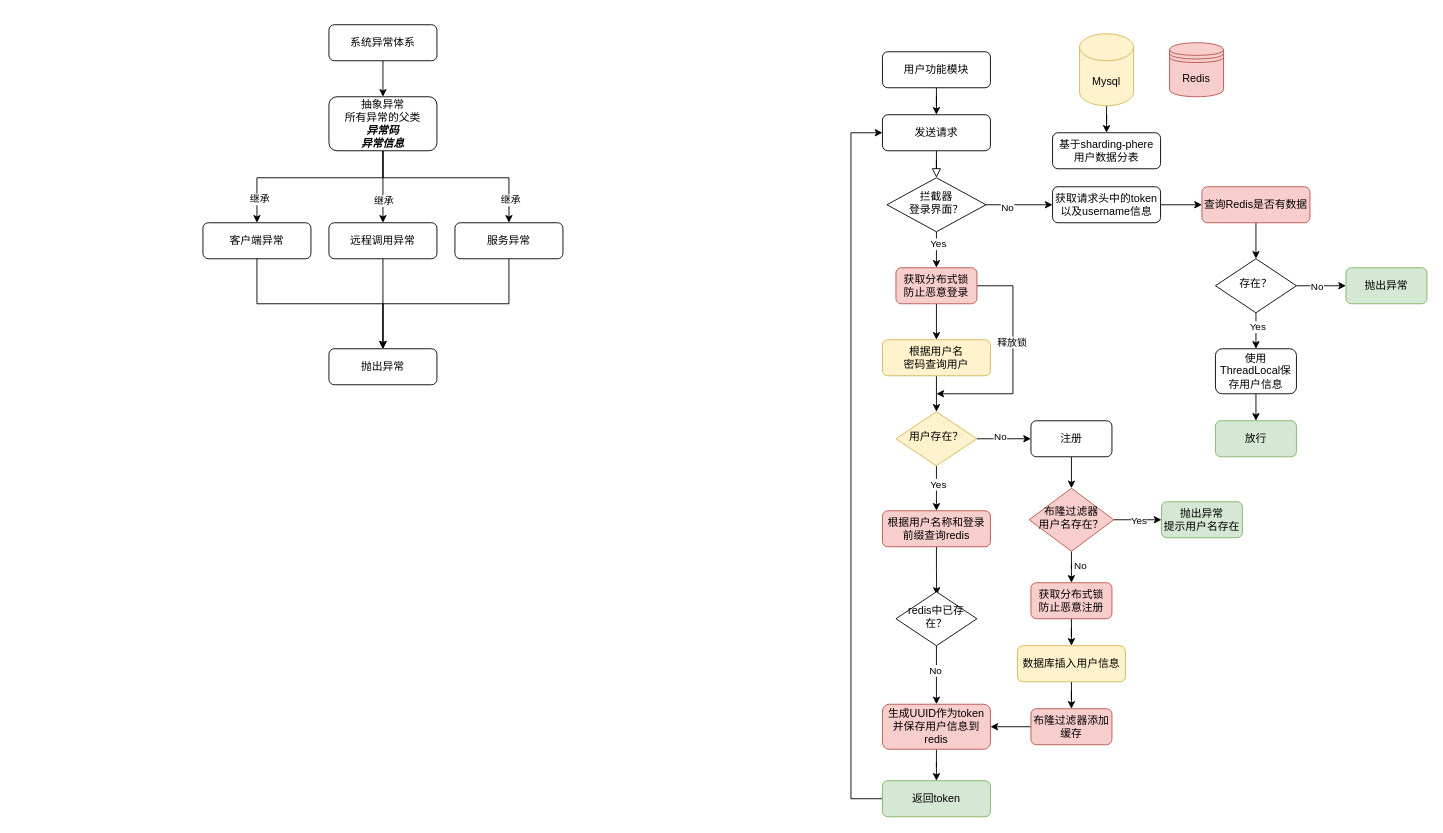
Before: 短链接系统.drawio in Pandaxia8/Test, a draw.io diagram. Source tidied: cells renumbered, new cells numbered last; positions are measured from the earlier drawing's top-left corner, leaving out a move shared by most shapes. Both pictures are drawn from the tidied source at 90%, with x=0, y=0 at pixel (202, 24).
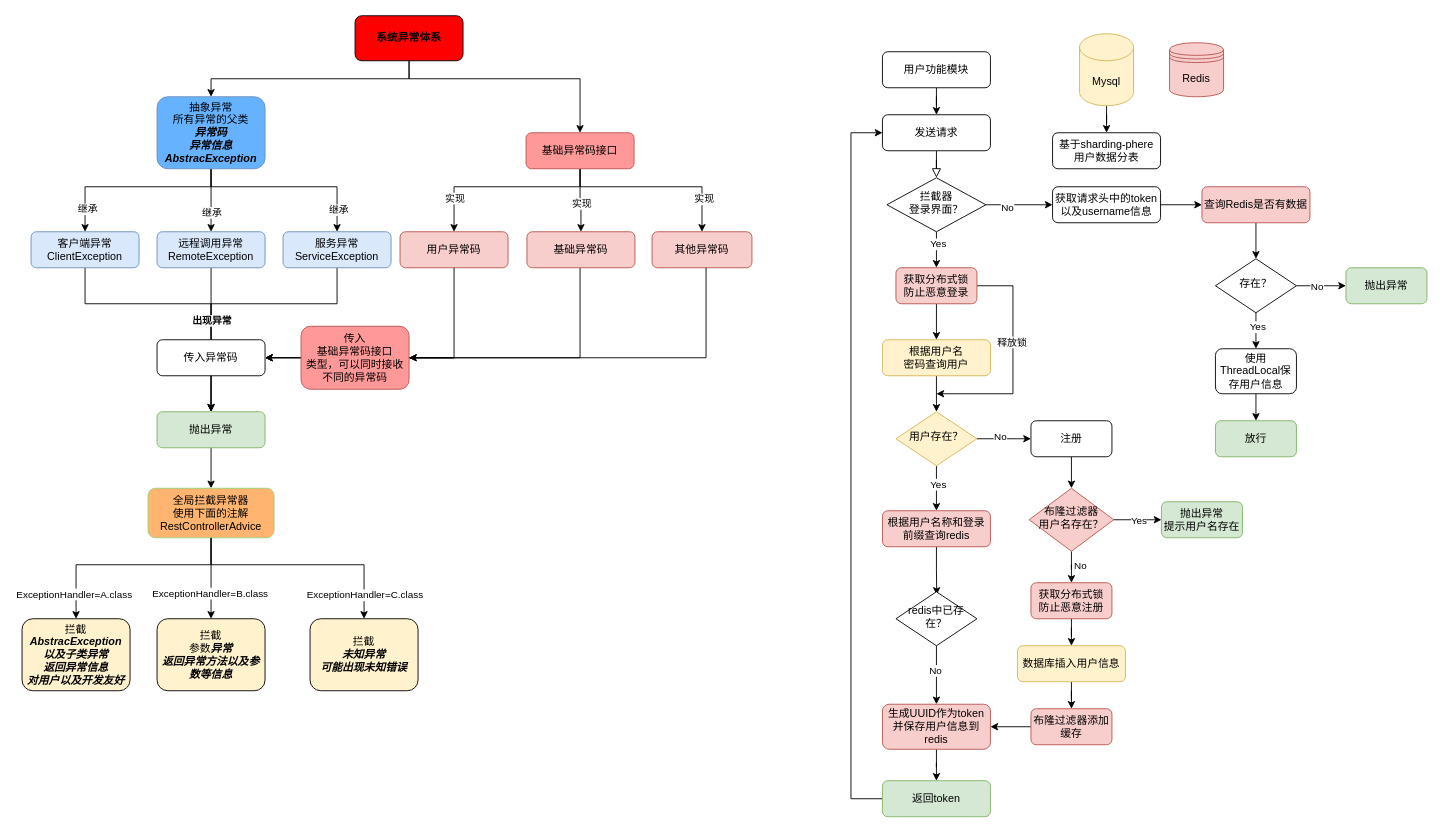
The same diagram, later.

Commit message (it also covers changes not shown here):
更新短链接系统.drawio

The edit, as a diff of the source:
```diff
@@
     <mxCell id="62" style="edgeStyle=orthogonalEdgeStyle;rounded=0;jettySize=auto;html=1;entryX=0.5;entryY=0;entryDx=0;entryDy=0;" parent="1" edge="1" source="68" target="70">
       <mxGeometry relative="1" as="geometry">
         <Array as="points">
-          <mxPoint x="200" y="170" />
-          <mxPoint x="60" y="170" />
+          <mxPoint x="9" y="180" />
+          <mxPoint x="-131" y="180" />
         </Array>
       </mxGeometry>
     </mxCell>
@@
     <mxCell id="64" style="edgeStyle=orthogonalEdgeStyle;rounded=0;jettySize=auto;html=1;entryX=0.5;entryY=0;entryDx=0;entryDy=0;" parent="1" edge="1" source="68" target="72">
       <mxGeometry relative="1" as="geometry">
         <Array as="points">
-          <mxPoint x="200" y="210" />
+          <mxPoint x="9" y="220" />
         </Array>
       </mxGeometry>
     </mxCell>
@@
     <mxCell id="66" style="edgeStyle=orthogonalEdgeStyle;rounded=0;jettySize=auto;html=1;entryX=0.5;entryY=0;entryDx=0;entryDy=0;" parent="1" edge="1" source="68" target="74">
       <mxGeometry relative="1" as="geometry">
         <Array as="points">
-          <mxPoint x="200" y="170" />
-          <mxPoint x="340" y="170" />
+          <mxPoint x="9" y="180" />
+          <mxPoint x="149" y="180" />
         </Array>
       </mxGeometry>
     </mxCell>
@@
-    <mxCell id="68" value="抽象异常&lt;br&gt;所有异常的父类&lt;br&gt;&lt;b&gt;&lt;i&gt;异常码&lt;br&gt;异常信息&lt;/i&gt;&lt;/b&gt;" style="rounded=1;whiteSpace=wrap;html=1;fontSize=12;glass=0;strokeWidth=1;shadow=0;" parent="1" vertex="1">
-      <mxGeometry x="140" y="80" width="120" height="60" as="geometry" />
+    <mxCell id="68" value="抽象异常&lt;br&gt;所有异常的父类&lt;br&gt;&lt;b&gt;&lt;i&gt;异常码&lt;br&gt;异常信息&lt;br&gt;AbstracException&lt;br&gt;&lt;/i&gt;&lt;/b&gt;" style="rounded=1;whiteSpace=wrap;html=1;fontSize=12;glass=0;strokeWidth=1;shadow=0;fillColor=#66B2FF;strokeColor=#6c8ebf;" parent="1" vertex="1">
+      <mxGeometry x="-51" y="80" width="120" height="80" as="geometry" />
     </mxCell>
-    <mxCell id="69" style="edgeStyle=orthogonalEdgeStyle;rounded=0;jettySize=auto;html=1;entryX=0.5;entryY=0;entryDx=0;entryDy=0;" parent="1" edge="1" target="77">
-      <mxGeometry relative="1" as="geometry">
-        <mxPoint x="60" y="250" as="sourcePoint" />
-        <Array as="points">
-          <mxPoint x="60" y="310" />
-          <mxPoint x="200" y="310" />
-        </Array>
-      </mxGeometry>
-    </mxCell>
+    <mxCell id="78" style="edgeStyle=orthogonalEdgeStyle;rounded=0;jettySize=auto;html=1;entryX=0.5;entryY=0;entryDx=0;entryDy=0;" parent="1" edge="1" source="70" target="96">
+      <mxGeometry relative="1" as="geometry">
+        <Array as="points">
+          <mxPoint x="-131" y="310" />
+          <mxPoint x="9" y="310" />
+        </Array>
+      </mxGeometry>
+    </mxCell>
-    <mxCell id="70" value="客户端异常" style="rounded=1;whiteSpace=wrap;html=1;fontSize=12;glass=0;strokeWidth=1;shadow=0;" parent="1" vertex="1">
-      <mxGeometry y="220" width="120" height="40" as="geometry" />
+    <mxCell id="70" value="客户端异常&lt;br&gt;ClientException" style="rounded=1;whiteSpace=wrap;html=1;fontSize=12;glass=0;strokeWidth=1;shadow=0;fillColor=#dae8fc;strokeColor=#6c8ebf;" parent="1" vertex="1">
+      <mxGeometry x="-191" y="230" width="120" height="40" as="geometry" />
     </mxCell>
-    <mxCell id="71" style="edgeStyle=orthogonalEdgeStyle;rounded=0;jettySize=auto;html=1;" parent="1" edge="1" source="72" target="77">
-      <mxGeometry relative="1" as="geometry" />
-    </mxCell>
+    <mxCell id="79" style="edgeStyle=orthogonalEdgeStyle;rounded=0;jettySize=auto;html=1;entryX=0.5;entryY=0;entryDx=0;entryDy=0;" parent="1" edge="1" source="72" target="96">
+      <mxGeometry relative="1" as="geometry" />
+    </mxCell>
-    <mxCell id="72" value="远程调用异常" style="rounded=1;whiteSpace=wrap;html=1;fontSize=12;glass=0;strokeWidth=1;shadow=0;" parent="1" vertex="1">
-      <mxGeometry x="140" y="220" width="120" height="40" as="geometry" />
+    <mxCell id="72" value="远程调用异常&lt;br&gt;RemoteException" style="rounded=1;whiteSpace=wrap;html=1;fontSize=12;glass=0;strokeWidth=1;shadow=0;fillColor=#dae8fc;strokeColor=#6c8ebf;" parent="1" vertex="1">
+      <mxGeometry x="-51" y="230" width="120" height="40" as="geometry" />
     </mxCell>
-    <mxCell id="73" style="edgeStyle=orthogonalEdgeStyle;rounded=0;jettySize=auto;html=1;entryX=0.5;entryY=0;entryDx=0;entryDy=0;" parent="1" edge="1" source="74" target="77">
-      <mxGeometry relative="1" as="geometry">
-        <Array as="points">
-          <mxPoint x="340" y="310" />
-          <mxPoint x="200" y="310" />
-        </Array>
-      </mxGeometry>
-    </mxCell>
+    <mxCell id="80" style="edgeStyle=orthogonalEdgeStyle;rounded=0;jettySize=auto;html=1;entryX=0.5;entryY=0;entryDx=0;entryDy=0;" parent="1" edge="1" source="74" target="96">
+      <mxGeometry relative="1" as="geometry">
+        <Array as="points">
+          <mxPoint x="149" y="310" />
+          <mxPoint x="9" y="310" />
+        </Array>
+      </mxGeometry>
+    </mxCell>
+    <mxCell id="81" value="出现异常" style="edgeLabel;html=1;align=center;verticalAlign=middle;fontStyle=1;" parent="80" vertex="1">
+      <mxGeometry x="0.32" relative="1" as="geometry" />
+    </mxCell>
-    <mxCell id="74" value="服务异常" style="rounded=1;whiteSpace=wrap;html=1;fontSize=12;glass=0;strokeWidth=1;shadow=0;" parent="1" vertex="1">
-      <mxGeometry x="280" y="220" width="120" height="40" as="geometry" />
+    <mxCell id="74" value="服务异常&lt;br&gt;ServiceException" style="rounded=1;whiteSpace=wrap;html=1;fontSize=12;glass=0;strokeWidth=1;shadow=0;fillColor=#dae8fc;strokeColor=#6c8ebf;" parent="1" vertex="1">
+      <mxGeometry x="89" y="230" width="120" height="40" as="geometry" />
     </mxCell>
     <mxCell id="75" style="edgeStyle=orthogonalEdgeStyle;rounded=0;jettySize=auto;html=1;" parent="1" edge="1" source="76" target="68">
-      <mxGeometry relative="1" as="geometry" />
+      <mxGeometry relative="1" as="geometry">
+        <Array as="points">
+          <mxPoint x="229" y="60" />
+          <mxPoint x="9" y="60" />
+        </Array>
+      </mxGeometry>
     </mxCell>
+    <mxCell id="82" style="edgeStyle=orthogonalEdgeStyle;rounded=0;jettySize=auto;html=1;entryX=0.5;entryY=0;entryDx=0;entryDy=0;" parent="1" edge="1" source="76" target="77">
+      <mxGeometry relative="1" as="geometry">
+        <Array as="points">
+          <mxPoint x="229" y="60" />
+          <mxPoint x="419" y="60" />
+        </Array>
+      </mxGeometry>
+    </mxCell>
-    <mxCell id="76" value="系统异常体系" style="rounded=1;whiteSpace=wrap;html=1;fontSize=12;glass=0;strokeWidth=1;shadow=0;" parent="1" vertex="1">
-      <mxGeometry x="140" width="120" height="40" as="geometry" />
+    <mxCell id="76" value="系统异常体系" style="rounded=1;whiteSpace=wrap;html=1;fontSize=12;glass=0;strokeWidth=1;shadow=0;fontStyle=1;fillColor=#FF0000;" parent="1" vertex="1">
+      <mxGeometry x="169" y="-10" width="120" height="50" as="geometry" />
     </mxCell>
+    <mxCell id="83" style="edgeStyle=orthogonalEdgeStyle;rounded=0;jettySize=auto;html=1;" parent="1" edge="1" source="77" target="90">
+      <mxGeometry relative="1" as="geometry" />
+    </mxCell>
+    <mxCell id="84" value="实现" style="edgeLabel;html=1;align=center;verticalAlign=middle;" parent="83" vertex="1">
+      <mxGeometry x="0.09" relative="1" as="geometry" />
+    </mxCell>
+    <mxCell id="85" style="edgeStyle=orthogonalEdgeStyle;rounded=0;jettySize=auto;html=1;entryX=0.5;entryY=0;entryDx=0;entryDy=0;" parent="1" edge="1" source="77" target="92">
+      <mxGeometry relative="1" as="geometry">
+        <Array as="points">
+          <mxPoint x="419" y="180" />
+          <mxPoint x="279" y="180" />
+          <mxPoint x="279" y="200" />
+        </Array>
+      </mxGeometry>
+    </mxCell>
+    <mxCell id="86" value="实现" style="edgeLabel;html=1;align=center;verticalAlign=middle;" parent="85" vertex="1">
+      <mxGeometry x="0.64" relative="1" as="geometry" />
+    </mxCell>
+    <mxCell id="87" style="edgeStyle=orthogonalEdgeStyle;rounded=0;jettySize=auto;html=1;entryX=0.5;entryY=0;entryDx=0;entryDy=0;" parent="1" edge="1" source="77" target="94">
+      <mxGeometry relative="1" as="geometry">
+        <Array as="points">
+          <mxPoint x="419" y="180" />
+          <mxPoint x="555" y="180" />
+          <mxPoint x="555" y="230" />
+        </Array>
+      </mxGeometry>
+    </mxCell>
+    <mxCell id="88" value="实现" style="edgeLabel;html=1;align=center;verticalAlign=middle;" parent="87" vertex="1">
+      <mxGeometry x="0.64" y="2" relative="1" as="geometry" />
+    </mxCell>
-    <mxCell id="77" value="抛出异常" style="rounded=1;whiteSpace=wrap;html=1;fontSize=12;glass=0;strokeWidth=1;shadow=0;" parent="1" vertex="1">
-      <mxGeometry x="140" y="360" width="120" height="40" as="geometry" />
+    <mxCell id="77" value="基础异常码接口" style="rounded=1;whiteSpace=wrap;html=1;fontSize=12;glass=0;strokeWidth=1;shadow=0;fillColor=#FF9999;strokeColor=#b85450;" parent="1" vertex="1">
+      <mxGeometry x="359" y="120" width="120" height="40" as="geometry" />
     </mxCell>
+    <mxCell id="89" style="edgeStyle=orthogonalEdgeStyle;rounded=0;jettySize=auto;html=1;entryX=1;entryY=0.5;entryDx=0;entryDy=0;" parent="1" edge="1" source="90" target="97">
+      <mxGeometry relative="1" as="geometry">
+        <Array as="points">
+          <mxPoint x="419" y="370" />
+        </Array>
+      </mxGeometry>
+    </mxCell>
+    <mxCell id="90" value="基础异常码" style="rounded=1;whiteSpace=wrap;html=1;fontSize=12;glass=0;strokeWidth=1;shadow=0;fillColor=#f8cecc;strokeColor=#b85450;" parent="1" vertex="1">
+      <mxGeometry x="360" y="230" width="120" height="40" as="geometry" />
+    </mxCell>
+    <mxCell id="91" style="edgeStyle=orthogonalEdgeStyle;rounded=0;jettySize=auto;html=1;entryX=1;entryY=0.5;entryDx=0;entryDy=0;" parent="1" edge="1" source="100" target="97">
+      <mxGeometry relative="1" as="geometry">
+        <Array as="points">
+          <mxPoint x="279" y="370" />
+        </Array>
+      </mxGeometry>
+    </mxCell>
+    <mxCell id="92" value="用户异常码" style="rounded=1;whiteSpace=wrap;html=1;fontSize=12;glass=0;strokeWidth=1;shadow=0;fillColor=#f8cecc;strokeColor=#b85450;" parent="1" vertex="1">
+      <mxGeometry x="219" y="230" width="120" height="40" as="geometry" />
+    </mxCell>
+    <mxCell id="93" style="edgeStyle=orthogonalEdgeStyle;rounded=0;jettySize=auto;html=1;entryX=1;entryY=0.5;entryDx=0;entryDy=0;" parent="1" edge="1" source="100" target="97">
+      <mxGeometry relative="1" as="geometry" />
+    </mxCell>
+    <mxCell id="94" value="其他异常码" style="rounded=1;whiteSpace=wrap;html=1;fontSize=12;glass=0;strokeWidth=1;shadow=0;fillColor=#f8cecc;strokeColor=#b85450;" parent="1" vertex="1">
+      <mxGeometry x="499" y="230" width="111" height="40" as="geometry" />
+    </mxCell>
+    <mxCell id="95" style="edgeStyle=orthogonalEdgeStyle;rounded=0;jettySize=auto;html=1;" parent="1" edge="1" source="96" target="105">
+      <mxGeometry relative="1" as="geometry" />
+    </mxCell>
+    <mxCell id="96" value="抛出异常" style="rounded=1;whiteSpace=wrap;html=1;fontSize=12;glass=0;strokeWidth=1;shadow=0;fillColor=#d5e8d4;strokeColor=#82b366;" parent="1" vertex="1">
+      <mxGeometry x="-51" y="430" width="120" height="40" as="geometry" />
+    </mxCell>
+    <mxCell id="97" value="传入异常码" style="rounded=1;whiteSpace=wrap;html=1;fontSize=12;glass=0;strokeWidth=1;shadow=0;" parent="1" vertex="1">
+      <mxGeometry x="-51" y="350" width="120" height="40" as="geometry" />
+    </mxCell>
+    <mxCell id="98" style="edgeStyle=orthogonalEdgeStyle;rounded=0;jettySize=auto;html=1;entryX=1;entryY=0.5;entryDx=0;entryDy=0;" parent="1" edge="1" source="94" target="100">
+      <mxGeometry relative="1" as="geometry">
+        <Array as="points">
+          <mxPoint x="559" y="370" />
+        </Array>
+      </mxGeometry>
+    </mxCell>
+    <mxCell id="99" style="edgeStyle=orthogonalEdgeStyle;rounded=0;jettySize=auto;html=1;entryX=1;entryY=0.5;entryDx=0;entryDy=0;" parent="1" edge="1" source="92" target="100">
+      <mxGeometry relative="1" as="geometry" />
+    </mxCell>
+    <mxCell id="100" value="传入&lt;br&gt;基础异常码接口&lt;br&gt;类型，可以同时接收不同的异常码" style="rounded=1;whiteSpace=wrap;html=1;fontSize=12;glass=0;strokeWidth=1;shadow=0;fillColor=#FF9999;strokeColor=#b85450;" parent="1" vertex="1">
+      <mxGeometry x="109" y="335" width="120" height="70" as="geometry" />
+    </mxCell>
+    <mxCell id="101" style="edgeStyle=orthogonalEdgeStyle;rounded=0;jettySize=auto;html=1;entryX=0.5;entryY=0;entryDx=0;entryDy=0;" parent="1" edge="1" source="105" target="106">
+      <mxGeometry relative="1" as="geometry">
+        <Array as="points">
+          <mxPoint x="9" y="600" />
+          <mxPoint x="-141" y="600" />
+        </Array>
+      </mxGeometry>
+    </mxCell>
+    <mxCell id="102" value="ExceptionHandler=A.class" style="edgeLabel;html=1;align=center;verticalAlign=middle;" parent="101" vertex="1">
+      <mxGeometry x="0.77" y="-3" relative="1" as="geometry" />
+    </mxCell>
+    <mxCell id="103" style="edgeStyle=orthogonalEdgeStyle;rounded=0;jettySize=auto;html=1;entryX=0.5;entryY=0;entryDx=0;entryDy=0;" parent="1" edge="1" source="105" target="109">
+      <mxGeometry relative="1" as="geometry" />
+    </mxCell>
+    <mxCell id="104" value="ExceptionHandler=B.class" style="edgeLabel;html=1;align=center;verticalAlign=middle;" parent="103" vertex="1">
+      <mxGeometry x="0.36" y="-2" relative="1" as="geometry" />
+    </mxCell>
+    <mxCell id="105" value="全局拦截异常器&lt;br&gt;使用下面的注解&lt;br&gt;RestControllerAdvice" style="rounded=1;whiteSpace=wrap;html=1;fontSize=12;glass=0;strokeWidth=1;shadow=0;fillColor=#FFB570;strokeColor=#97D077;" parent="1" vertex="1">
+      <mxGeometry x="-61" y="515" width="140" height="55" as="geometry" />
+    </mxCell>
+    <mxCell id="106" value="拦截&lt;br&gt;&lt;b style=&quot;border-color: var(--border-color);&quot;&gt;&lt;i style=&quot;border-color: var(--border-color);&quot;&gt;AbstracException&lt;br&gt;以及子类异常&lt;br&gt;返回异常信息&lt;br&gt;对用户以及开发友好&lt;br&gt;&lt;/i&gt;&lt;/b&gt;" style="rounded=1;whiteSpace=wrap;html=1;fontSize=12;glass=0;strokeWidth=1;shadow=0;fillColor=#FFF2CC;" parent="1" vertex="1">
+      <mxGeometry x="-201" y="660" width="120" height="80" as="geometry" />
+    </mxCell>
+    <mxCell id="107" style="edgeStyle=orthogonalEdgeStyle;rounded=0;jettySize=auto;html=1;entryX=0.5;entryY=0;entryDx=0;entryDy=0;" parent="1" edge="1" source="105" target="110">
+      <mxGeometry relative="1" as="geometry">
+        <Array as="points">
+          <mxPoint x="9" y="600" />
+          <mxPoint x="179" y="600" />
+        </Array>
+      </mxGeometry>
+    </mxCell>
+    <mxCell id="108" value="ExceptionHandler=C.class" style="edgeLabel;html=1;align=center;verticalAlign=middle;" parent="107" vertex="1">
+      <mxGeometry x="0.79" relative="1" as="geometry" />
+    </mxCell>
+    <mxCell id="109" value="拦截&lt;br&gt;参数&lt;b style=&quot;border-color: var(--border-color);&quot;&gt;&lt;i style=&quot;border-color: var(--border-color);&quot;&gt;异常&lt;br&gt;返回异常方法以及参数等信息&lt;br&gt;&lt;/i&gt;&lt;/b&gt;" style="rounded=1;whiteSpace=wrap;html=1;fontSize=12;glass=0;strokeWidth=1;shadow=0;fillColor=#FFF2CC;" parent="1" vertex="1">
+      <mxGeometry x="-51" y="660" width="120" height="80" as="geometry" />
+    </mxCell>
+    <mxCell id="110" value="拦截&lt;br&gt;&lt;b&gt;&lt;i&gt;未知异常&lt;br&gt;可能出现未知错误&lt;br&gt;&lt;/i&gt;&lt;/b&gt;" style="rounded=1;whiteSpace=wrap;html=1;fontSize=12;glass=0;strokeWidth=1;shadow=0;fillColor=#FFF2CC;" parent="1" vertex="1">
+      <mxGeometry x="119" y="660" width="120" height="80" as="geometry" />
+    </mxCell>
```
